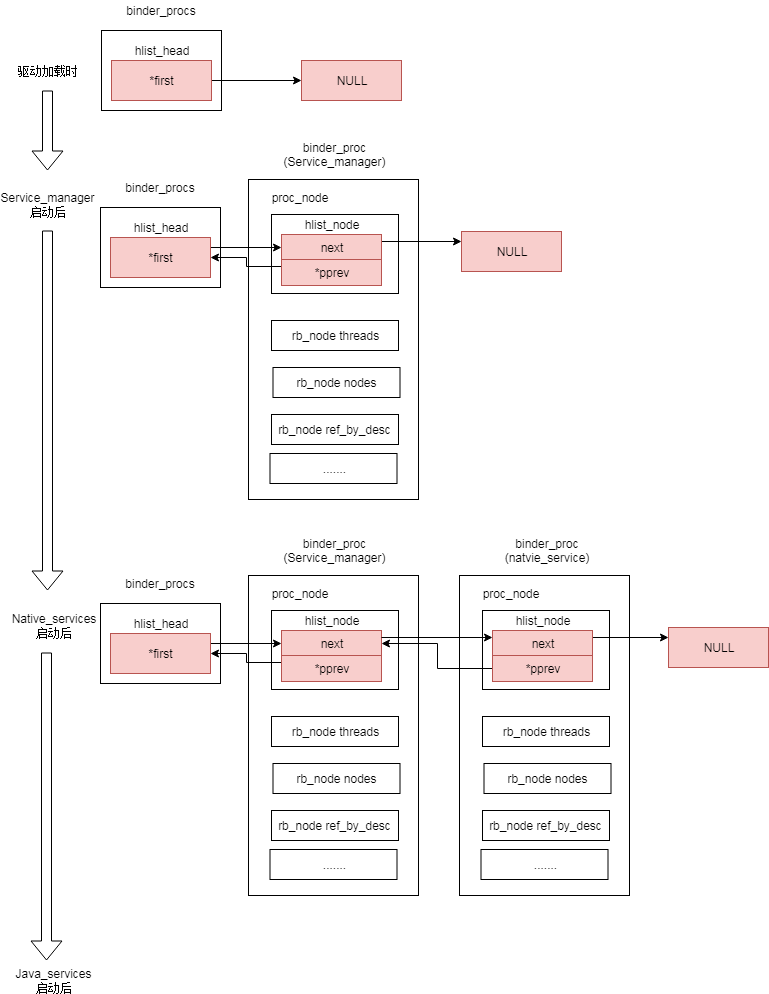
cuijpus/Android keeps this draw.io diagram as binder/diagram/binder_procs_hashlist.png. Above is the earlier version. Source tidied: cells renumbered, new cells last; positions are measured from the earlier drawing's top-left corner, leaving out a move shared by most shapes. Its diagram source:
```xml
<mxGraphModel>
  <root>
    <mxCell id="0" />
    <mxCell id="1" parent="0" />
    <mxCell id="2" style="rounded=0;whiteSpace=wrap;html=1;" parent="1" vertex="1">
      <mxGeometry x="236" y="179" width="170" height="320" as="geometry" />
    </mxCell>
    <mxCell id="3" style="rounded=0;whiteSpace=wrap;html=1;" parent="1" vertex="1">
      <mxGeometry x="259" y="214" width="127" height="79" as="geometry" />
    </mxCell>
    <mxCell id="4" style="rounded=0;whiteSpace=wrap;html=1;" parent="1" vertex="1">
      <mxGeometry x="89" y="30" width="120" height="80" as="geometry" />
    </mxCell>
    <mxCell id="5" style="edgeStyle=orthogonalEdgeStyle;rounded=0;jettySize=auto;html=1;exitX=1;exitY=0.5;exitDx=0;exitDy=0;" parent="1" edge="1" source="6" target="9">
      <mxGeometry relative="1" as="geometry" />
    </mxCell>
    <mxCell id="6" value="*first" style="rounded=0;whiteSpace=wrap;html=1;fillColor=#f8cecc;strokeColor=#b85450;" parent="1" vertex="1">
      <mxGeometry x="99" y="60" width="100" height="40" as="geometry" />
    </mxCell>
    <mxCell id="7" value="binder_procs" style="text;html=1;strokeColor=none;fillColor=none;align=center;verticalAlign=middle;whiteSpace=wrap;rounded=0;" parent="1" vertex="1">
      <mxGeometry x="129" width="40" height="20" as="geometry" />
    </mxCell>
    <mxCell id="8" value="hlist_head" style="text;html=1;strokeColor=none;fillColor=none;align=center;verticalAlign=middle;whiteSpace=wrap;rounded=0;" parent="1" vertex="1">
      <mxGeometry x="129" y="40" width="40" height="20" as="geometry" />
    </mxCell>
    <mxCell id="9" value="NULL" style="rounded=0;whiteSpace=wrap;html=1;fillColor=#f8cecc;strokeColor=#b85450;" parent="1" vertex="1">
      <mxGeometry x="289" y="60" width="100" height="40" as="geometry" />
    </mxCell>
    <mxCell id="10" value="驱动加载时" style="text;html=1;strokeColor=none;fillColor=none;align=center;verticalAlign=middle;whiteSpace=wrap;rounded=0;" parent="1" vertex="1">
      <mxGeometry y="60" width="70" height="20" as="geometry" />
    </mxCell>
    <mxCell id="11" style="rounded=0;whiteSpace=wrap;html=1;" parent="1" vertex="1">
      <mxGeometry x="88" y="207" width="120" height="80" as="geometry" />
    </mxCell>
    <mxCell id="12" style="edgeStyle=orthogonalEdgeStyle;rounded=0;jettySize=auto;html=1;exitX=1;exitY=0.25;exitDx=0;exitDy=0;" parent="1" edge="1" source="13" target="18">
      <mxGeometry relative="1" as="geometry" />
    </mxCell>
    <mxCell id="13" value="*first" style="rounded=0;whiteSpace=wrap;html=1;fillColor=#f8cecc;strokeColor=#b85450;" parent="1" vertex="1">
      <mxGeometry x="98" y="237" width="100" height="40" as="geometry" />
    </mxCell>
    <mxCell id="14" value="binder_procs" style="text;html=1;strokeColor=none;fillColor=none;align=center;verticalAlign=middle;whiteSpace=wrap;rounded=0;" parent="1" vertex="1">
      <mxGeometry x="128" y="177" width="40" height="20" as="geometry" />
    </mxCell>
    <mxCell id="15" value="hlist_head" style="text;html=1;strokeColor=none;fillColor=none;align=center;verticalAlign=middle;whiteSpace=wrap;rounded=0;" parent="1" vertex="1">
      <mxGeometry x="128" y="217" width="40" height="20" as="geometry" />
    </mxCell>
    <mxCell id="16" value="NULL" style="rounded=0;whiteSpace=wrap;html=1;fillColor=#f8cecc;strokeColor=#b85450;" parent="1" vertex="1">
      <mxGeometry x="449" y="231" width="100" height="40" as="geometry" />
    </mxCell>
    <mxCell id="17" style="edgeStyle=orthogonalEdgeStyle;rounded=0;jettySize=auto;html=1;exitX=1;exitY=0.25;exitDx=0;exitDy=0;entryX=0;entryY=0.25;entryDx=0;entryDy=0;" parent="1" edge="1" source="18" target="16">
      <mxGeometry relative="1" as="geometry" />
    </mxCell>
    <mxCell id="18" value="next" style="rounded=0;whiteSpace=wrap;html=1;fillColor=#f8cecc;strokeColor=#b85450;" parent="1" vertex="1">
      <mxGeometry x="269" y="234" width="100" height="26" as="geometry" />
    </mxCell>
    <mxCell id="19" value="binder_proc&lt;br&gt;(Service_manager)&lt;br&gt;" style="text;html=1;strokeColor=none;fillColor=none;align=center;verticalAlign=middle;whiteSpace=wrap;rounded=0;" parent="1" vertex="1">
      <mxGeometry x="302.5" y="144" width="40" height="20" as="geometry" />
    </mxCell>
    <mxCell id="20" value="hlist_node" style="text;html=1;strokeColor=none;fillColor=none;align=center;verticalAlign=middle;whiteSpace=wrap;rounded=0;" parent="1" vertex="1">
      <mxGeometry x="299" y="214" width="40" height="20" as="geometry" />
    </mxCell>
    <mxCell id="21" style="edgeStyle=orthogonalEdgeStyle;rounded=0;jettySize=auto;html=1;exitX=0;exitY=0.25;exitDx=0;exitDy=0;entryX=1;entryY=0.5;entryDx=0;entryDy=0;" parent="1" edge="1" source="22" target="13">
      <mxGeometry relative="1" as="geometry" />
    </mxCell>
    <mxCell id="22" value="*pprev" style="rounded=0;whiteSpace=wrap;html=1;fillColor=#f8cecc;strokeColor=#b85450;" parent="1" vertex="1">
      <mxGeometry x="269" y="259" width="100" height="26" as="geometry" />
    </mxCell>
    <mxCell id="23" style="edgeStyle=orthogonalEdgeStyle;shape=flexArrow;rounded=0;orthogonalLoop=1;jettySize=auto;html=1;" parent="1" edge="1">
      <mxGeometry relative="1" as="geometry">
        <mxPoint x="35" y="230" as="sourcePoint" />
        <mxPoint x="35" y="590" as="targetPoint" />
      </mxGeometry>
    </mxCell>
    <mxCell id="24" value="Service_manager启动后&lt;br&gt;" style="text;html=1;strokeColor=none;fillColor=none;align=center;verticalAlign=middle;whiteSpace=wrap;rounded=0;" parent="1" vertex="1">
      <mxGeometry y="194" width="70" height="20" as="geometry" />
    </mxCell>
    <mxCell id="25" value="proc_node" style="text;html=1;strokeColor=none;fillColor=none;align=center;verticalAlign=middle;whiteSpace=wrap;rounded=0;" parent="1" vertex="1">
      <mxGeometry x="267" y="187" width="40" height="20" as="geometry" />
    </mxCell>
    <mxCell id="26" value="rb_node threads" style="rounded=0;whiteSpace=wrap;html=1;" parent="1" vertex="1">
      <mxGeometry x="259" y="320" width="127" height="30" as="geometry" />
    </mxCell>
    <mxCell id="27" value="rb_node nodes" style="rounded=0;whiteSpace=wrap;html=1;" parent="1" vertex="1">
      <mxGeometry x="260.5" y="367" width="127" height="30" as="geometry" />
    </mxCell>
    <mxCell id="28" value="rb_node ref_by_desc" style="rounded=0;whiteSpace=wrap;html=1;" parent="1" vertex="1">
      <mxGeometry x="259" y="414" width="127" height="30" as="geometry" />
    </mxCell>
    <mxCell id="29" value="......." style="rounded=0;whiteSpace=wrap;html=1;" parent="1" vertex="1">
      <mxGeometry x="257.5" y="453" width="127" height="30" as="geometry" />
    </mxCell>
    <mxCell id="30" style="rounded=0;whiteSpace=wrap;html=1;" parent="1" vertex="1">
      <mxGeometry x="236" y="575" width="170" height="320" as="geometry" />
    </mxCell>
    <mxCell id="31" style="rounded=0;whiteSpace=wrap;html=1;" parent="1" vertex="1">
      <mxGeometry x="259" y="610" width="127" height="79" as="geometry" />
    </mxCell>
    <mxCell id="32" style="rounded=0;whiteSpace=wrap;html=1;" parent="1" vertex="1">
      <mxGeometry x="88" y="603" width="120" height="80" as="geometry" />
    </mxCell>
    <mxCell id="33" style="edgeStyle=orthogonalEdgeStyle;rounded=0;jettySize=auto;html=1;exitX=1;exitY=0.25;exitDx=0;exitDy=0;" parent="1" edge="1" source="34" target="37">
      <mxGeometry relative="1" as="geometry" />
    </mxCell>
    <mxCell id="34" value="*first" style="rounded=0;whiteSpace=wrap;html=1;fillColor=#f8cecc;strokeColor=#b85450;" parent="1" vertex="1">
      <mxGeometry x="98" y="633" width="100" height="40" as="geometry" />
    </mxCell>
    <mxCell id="35" value="binder_procs" style="text;html=1;strokeColor=none;fillColor=none;align=center;verticalAlign=middle;whiteSpace=wrap;rounded=0;" parent="1" vertex="1">
      <mxGeometry x="128" y="573" width="40" height="20" as="geometry" />
    </mxCell>
    <mxCell id="36" value="hlist_head" style="text;html=1;strokeColor=none;fillColor=none;align=center;verticalAlign=middle;whiteSpace=wrap;rounded=0;" parent="1" vertex="1">
      <mxGeometry x="128" y="613" width="40" height="20" as="geometry" />
    </mxCell>
    <mxCell id="37" value="next" style="rounded=0;whiteSpace=wrap;html=1;fillColor=#f8cecc;strokeColor=#b85450;" parent="1" vertex="1">
      <mxGeometry x="269" y="630" width="100" height="26" as="geometry" />
    </mxCell>
    <mxCell id="38" value="binder_proc&lt;br&gt;(Service_manager)&lt;br&gt;" style="text;html=1;strokeColor=none;fillColor=none;align=center;verticalAlign=middle;whiteSpace=wrap;rounded=0;" parent="1" vertex="1">
      <mxGeometry x="302.5" y="540" width="40" height="20" as="geometry" />
    </mxCell>
    <mxCell id="39" value="hlist_node" style="text;html=1;strokeColor=none;fillColor=none;align=center;verticalAlign=middle;whiteSpace=wrap;rounded=0;" parent="1" vertex="1">
      <mxGeometry x="299" y="610" width="40" height="20" as="geometry" />
    </mxCell>
    <mxCell id="40" style="edgeStyle=orthogonalEdgeStyle;rounded=0;jettySize=auto;html=1;exitX=0;exitY=0.25;exitDx=0;exitDy=0;entryX=1;entryY=0.5;entryDx=0;entryDy=0;" parent="1" edge="1" source="41" target="34">
      <mxGeometry relative="1" as="geometry" />
    </mxCell>
    <mxCell id="41" value="*pprev" style="rounded=0;whiteSpace=wrap;html=1;fillColor=#f8cecc;strokeColor=#b85450;" parent="1" vertex="1">
      <mxGeometry x="269" y="655" width="100" height="26" as="geometry" />
    </mxCell>
    <mxCell id="42" value="proc_node" style="text;html=1;strokeColor=none;fillColor=none;align=center;verticalAlign=middle;whiteSpace=wrap;rounded=0;" parent="1" vertex="1">
      <mxGeometry x="267" y="583" width="40" height="20" as="geometry" />
    </mxCell>
    <mxCell id="43" value="rb_node threads" style="rounded=0;whiteSpace=wrap;html=1;" parent="1" vertex="1">
      <mxGeometry x="259" y="716" width="127" height="30" as="geometry" />
    </mxCell>
    <mxCell id="44" value="rb_node nodes" style="rounded=0;whiteSpace=wrap;html=1;" parent="1" vertex="1">
      <mxGeometry x="260.5" y="763" width="127" height="30" as="geometry" />
    </mxCell>
    <mxCell id="45" value="rb_node ref_by_desc" style="rounded=0;whiteSpace=wrap;html=1;" parent="1" vertex="1">
      <mxGeometry x="259" y="810" width="127" height="30" as="geometry" />
    </mxCell>
    <mxCell id="46" value="......." style="rounded=0;whiteSpace=wrap;html=1;" parent="1" vertex="1">
      <mxGeometry x="257.5" y="849" width="127" height="30" as="geometry" />
    </mxCell>
    <mxCell id="47" value="Native_services&lt;br&gt;启动后&lt;br&gt;" style="text;html=1;strokeColor=none;fillColor=none;align=center;verticalAlign=middle;whiteSpace=wrap;rounded=0;" parent="1" vertex="1">
      <mxGeometry x="6" y="615" width="70" height="20" as="geometry" />
    </mxCell>
    <mxCell id="48" value="NULL" style="rounded=0;whiteSpace=wrap;html=1;fillColor=#f8cecc;strokeColor=#b85450;" parent="1" vertex="1">
      <mxGeometry x="656" y="627" width="100" height="40" as="geometry" />
    </mxCell>
    <mxCell id="49" style="rounded=0;whiteSpace=wrap;html=1;" parent="1" vertex="1">
      <mxGeometry x="447" y="575" width="170" height="320" as="geometry" />
    </mxCell>
    <mxCell id="50" style="rounded=0;whiteSpace=wrap;html=1;" parent="1" vertex="1">
      <mxGeometry x="470" y="610" width="127" height="79" as="geometry" />
    </mxCell>
    <mxCell id="51" style="edgeStyle=orthogonalEdgeStyle;rounded=0;jettySize=auto;html=1;exitX=1;exitY=0.25;exitDx=0;exitDy=0;entryX=0;entryY=0.25;entryDx=0;entryDy=0;" parent="1" edge="1" source="52" target="48">
      <mxGeometry relative="1" as="geometry" />
    </mxCell>
    <mxCell id="52" value="next" style="rounded=0;whiteSpace=wrap;html=1;fillColor=#f8cecc;strokeColor=#b85450;" parent="1" vertex="1">
      <mxGeometry x="480" y="630" width="100" height="26" as="geometry" />
    </mxCell>
    <mxCell id="53" value="binder_proc&lt;br&gt;(natvie_service)&lt;br&gt;" style="text;html=1;strokeColor=none;fillColor=none;align=center;verticalAlign=middle;whiteSpace=wrap;rounded=0;" parent="1" vertex="1">
      <mxGeometry x="513.5" y="540" width="40" height="20" as="geometry" />
    </mxCell>
    <mxCell id="54" value="hlist_node" style="text;html=1;strokeColor=none;fillColor=none;align=center;verticalAlign=middle;whiteSpace=wrap;rounded=0;" parent="1" vertex="1">
      <mxGeometry x="510" y="610" width="40" height="20" as="geometry" />
    </mxCell>
    <mxCell id="55" style="edgeStyle=orthogonalEdgeStyle;rounded=0;jettySize=auto;html=1;exitX=0;exitY=0.5;exitDx=0;exitDy=0;entryX=1;entryY=0.5;entryDx=0;entryDy=0;" parent="1" edge="1" source="56" target="37">
      <mxGeometry relative="1" as="geometry" />
    </mxCell>
    <mxCell id="56" value="*pprev" style="rounded=0;whiteSpace=wrap;html=1;fillColor=#f8cecc;strokeColor=#b85450;" parent="1" vertex="1">
      <mxGeometry x="480" y="655" width="100" height="26" as="geometry" />
    </mxCell>
    <mxCell id="57" value="proc_node" style="text;html=1;strokeColor=none;fillColor=none;align=center;verticalAlign=middle;whiteSpace=wrap;rounded=0;" parent="1" vertex="1">
      <mxGeometry x="478" y="583" width="40" height="20" as="geometry" />
    </mxCell>
    <mxCell id="58" value="rb_node threads" style="rounded=0;whiteSpace=wrap;html=1;" parent="1" vertex="1">
      <mxGeometry x="470" y="716" width="127" height="30" as="geometry" />
    </mxCell>
    <mxCell id="59" value="rb_node nodes" style="rounded=0;whiteSpace=wrap;html=1;" parent="1" vertex="1">
      <mxGeometry x="471.5" y="763" width="127" height="30" as="geometry" />
    </mxCell>
    <mxCell id="60" value="rb_node ref_by_desc" style="rounded=0;whiteSpace=wrap;html=1;" parent="1" vertex="1">
      <mxGeometry x="470" y="810" width="127" height="30" as="geometry" />
    </mxCell>
    <mxCell id="61" value="......." style="rounded=0;whiteSpace=wrap;html=1;" parent="1" vertex="1">
      <mxGeometry x="468.5" y="849" width="127" height="30" as="geometry" />
    </mxCell>
    <mxCell id="62" style="edgeStyle=orthogonalEdgeStyle;rounded=0;jettySize=auto;html=1;exitX=1;exitY=0.25;exitDx=0;exitDy=0;entryX=0;entryY=0.25;entryDx=0;entryDy=0;" parent="1" edge="1" source="37" target="52">
      <mxGeometry relative="1" as="geometry" />
    </mxCell>
    <mxCell id="63" value="Java_services&lt;br&gt;启动后&lt;br&gt;" style="text;html=1;strokeColor=none;fillColor=none;align=center;verticalAlign=middle;whiteSpace=wrap;rounded=0;" parent="1" vertex="1">
      <mxGeometry x="6" y="970" width="70" height="20" as="geometry" />
    </mxCell>
    <mxCell id="64" style="edgeStyle=orthogonalEdgeStyle;shape=flexArrow;rounded=0;orthogonalLoop=1;jettySize=auto;html=1;" parent="1" edge="1">
      <mxGeometry relative="1" as="geometry">
        <mxPoint x="34" y="652" as="sourcePoint" />
        <mxPoint x="34" y="960" as="targetPoint" />
      </mxGeometry>
    </mxCell>
    <mxCell id="65" style="edgeStyle=orthogonalEdgeStyle;shape=flexArrow;rounded=0;orthogonalLoop=1;jettySize=auto;html=1;" parent="1" edge="1">
      <mxGeometry relative="1" as="geometry">
        <mxPoint x="35" y="90" as="sourcePoint" />
        <mxPoint x="35" y="170" as="targetPoint" />
      </mxGeometry>
    </mxCell>
  </root>
</mxGraphModel>
```
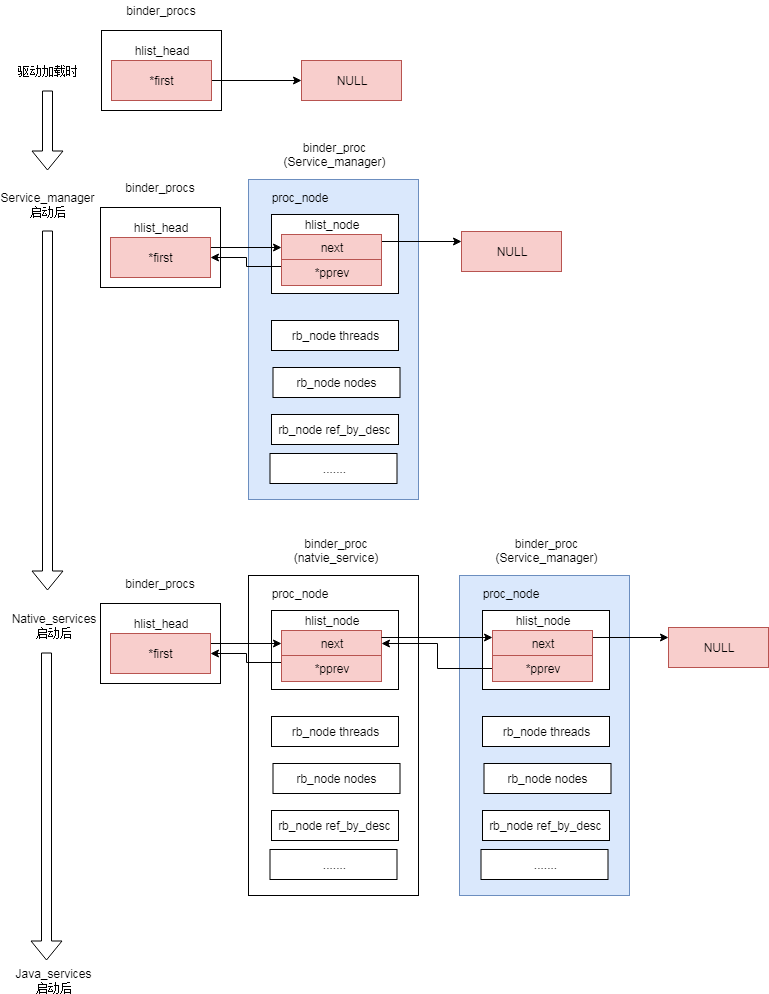
After the change.

Change to the diagram source:
```diff
@@ -2,7 +2,7 @@
   <root>
     <mxCell id="0" />
     <mxCell id="1" parent="0" />
-    <mxCell id="2" style="rounded=0;whiteSpace=wrap;html=1;" parent="1" vertex="1">
+    <mxCell id="2" style="rounded=0;whiteSpace=wrap;html=1;fillColor=#dae8fc;strokeColor=#6c8ebf;" parent="1" vertex="1">
       <mxGeometry x="236" y="179" width="170" height="320" as="geometry" />
     </mxCell>
     <mxCell id="3" style="rounded=0;whiteSpace=wrap;html=1;" parent="1" vertex="1">
@@ -113,7 +113,7 @@
     <mxCell id="37" value="next" style="rounded=0;whiteSpace=wrap;html=1;fillColor=#f8cecc;strokeColor=#b85450;" parent="1" vertex="1">
       <mxGeometry x="269" y="630" width="100" height="26" as="geometry" />
     </mxCell>
-    <mxCell id="38" value="binder_proc&lt;br&gt;(Service_manager)&lt;br&gt;" style="text;html=1;strokeColor=none;fillColor=none;align=center;verticalAlign=middle;whiteSpace=wrap;rounded=0;" parent="1" vertex="1">
+    <mxCell id="38" value="binder_proc&lt;br&gt;(natvie_service)&lt;br&gt;" style="text;html=1;strokeColor=none;fillColor=none;align=center;verticalAlign=middle;whiteSpace=wrap;rounded=0;" parent="1" vertex="1">
       <mxGeometry x="302.5" y="540" width="40" height="20" as="geometry" />
     </mxCell>
     <mxCell id="39" value="hlist_node" style="text;html=1;strokeColor=none;fillColor=none;align=center;verticalAlign=middle;whiteSpace=wrap;rounded=0;" parent="1" vertex="1">
@@ -146,7 +146,7 @@
     <mxCell id="48" value="NULL" style="rounded=0;whiteSpace=wrap;html=1;fillColor=#f8cecc;strokeColor=#b85450;" parent="1" vertex="1">
       <mxGeometry x="656" y="627" width="100" height="40" as="geometry" />
     </mxCell>
-    <mxCell id="49" style="rounded=0;whiteSpace=wrap;html=1;" parent="1" vertex="1">
+    <mxCell id="49" style="rounded=0;whiteSpace=wrap;html=1;fillColor=#dae8fc;strokeColor=#6c8ebf;" parent="1" vertex="1">
       <mxGeometry x="447" y="575" width="170" height="320" as="geometry" />
     </mxCell>
     <mxCell id="50" style="rounded=0;whiteSpace=wrap;html=1;" parent="1" vertex="1">
@@ -158,8 +158,8 @@
     <mxCell id="52" value="next" style="rounded=0;whiteSpace=wrap;html=1;fillColor=#f8cecc;strokeColor=#b85450;" parent="1" vertex="1">
       <mxGeometry x="480" y="630" width="100" height="26" as="geometry" />
     </mxCell>
-    <mxCell id="53" value="binder_proc&lt;br&gt;(natvie_service)&lt;br&gt;" style="text;html=1;strokeColor=none;fillColor=none;align=center;verticalAlign=middle;whiteSpace=wrap;rounded=0;" parent="1" vertex="1">
-      <mxGeometry x="513.5" y="540" width="40" height="20" as="geometry" />
+    <mxCell id="53" value="binder_proc&lt;br&gt;(Service_manager)&lt;br&gt;" style="text;html=1;strokeColor=none;fillColor=none;align=center;verticalAlign=middle;whiteSpace=wrap;rounded=0;" parent="1" vertex="1">
+      <mxGeometry x="514" y="540" width="40" height="20" as="geometry" />
     </mxCell>
     <mxCell id="54" value="hlist_node" style="text;html=1;strokeColor=none;fillColor=none;align=center;verticalAlign=middle;whiteSpace=wrap;rounded=0;" parent="1" vertex="1">
       <mxGeometry x="510" y="610" width="40" height="20" as="geometry" />
```
